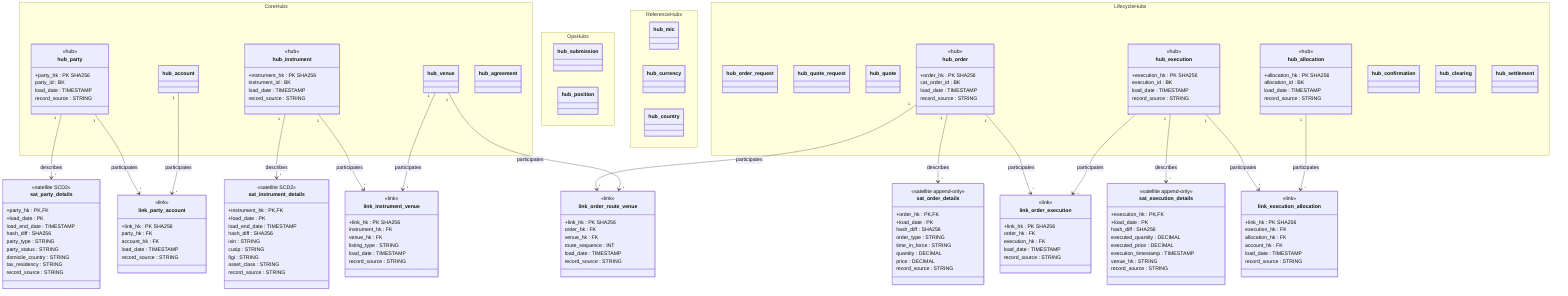
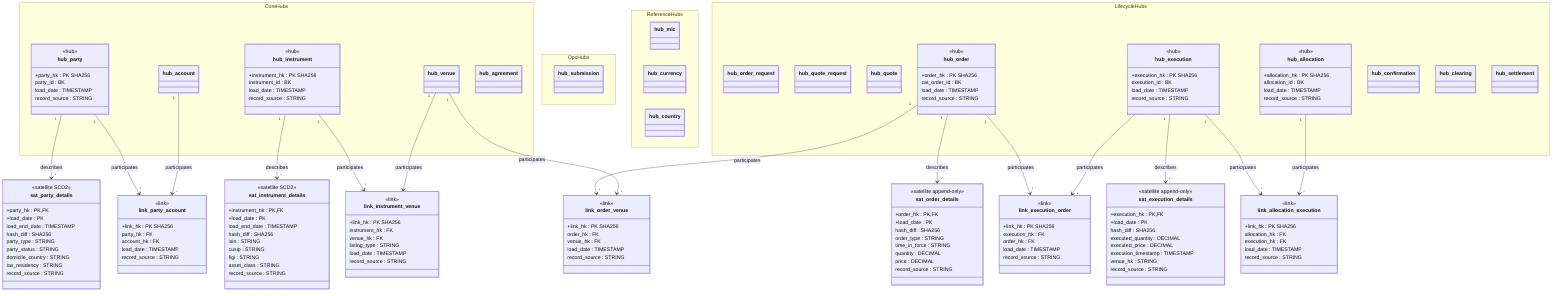
%% dv2_hub_link_er.mmd - Data Vault 2.0 Hub / Link / Satellite structure
%% Shows the 18 hubs + key links + representative satellites.
%% Stereotypes: <<hub>>, <<link>>, <<satellite>>

classDiagram
 direction TB

 namespace CoreHubs {
 class hub_party
 class hub_account
 class hub_instrument
 class hub_venue
 class hub_agreement
 }

 namespace LifecycleHubs {
 class hub_order_request
 class hub_quote_request
 class hub_quote
 class hub_order
 class hub_execution
 class hub_allocation
 class hub_confirmation
 class hub_clearing
 class hub_settlement
 }

 namespace OpsHubs {
 class hub_submission
-  class hub_position
 }

 namespace ReferenceHubs {
 class hub_mic
 class hub_currency
 class hub_country
 }

 class hub_party {
 <<hub>>
 +party_hk : PK SHA256
 party_id : BK
 load_date : TIMESTAMP
 record_source : STRING
 }
 class hub_instrument {
 <<hub>>
 +instrument_hk : PK SHA256
 instrument_id : BK
 load_date : TIMESTAMP
 record_source : STRING
 }
 class hub_order {
 <<hub>>
 +order_hk : PK SHA256
 cat_order_id : BK
 load_date : TIMESTAMP
 record_source : STRING
 }
 class hub_execution {
 <<hub>>
 +execution_hk : PK SHA256
 execution_id : BK
 load_date : TIMESTAMP
 record_source : STRING
 }
 class hub_allocation {
 <<hub>>
 +allocation_hk : PK SHA256
 allocation_id : BK
 load_date : TIMESTAMP
 record_source : STRING
 }

-  class link_order_execution {
+  class link_execution_order {
 <<link>>
 +link_hk : PK SHA256
+  execution_hk : FK
 order_hk : FK
-  execution_hk : FK
 load_date : TIMESTAMP
 record_source : STRING
 }
-  class link_execution_allocation {
+  class link_allocation_execution {
 <<link>>
 +link_hk : PK SHA256
+  allocation_hk : FK
 execution_hk : FK
-  allocation_hk : FK
-  account_hk : FK
 load_date : TIMESTAMP
 record_source : STRING
 }
 class link_party_account {
 <<link>>
 +link_hk : PK SHA256
 party_hk : FK
 account_hk : FK
 load_date : TIMESTAMP
 record_source : STRING
 }
 class link_instrument_venue {
 <<link>>
 +link_hk : PK SHA256
 instrument_hk : FK
 venue_hk : FK
 listing_type : STRING
 load_date : TIMESTAMP
 record_source : STRING
 }
-  class link_order_route_venue {
+  class link_order_venue {
 <<link>>
 +link_hk : PK SHA256
 order_hk : FK
 venue_hk : FK
-  route_sequence : INT
 load_date : TIMESTAMP
 record_source : STRING
 }

 class sat_party_details {
 <<satellite SCD2>>
 +party_hk : PK,FK
 +load_date : PK
 load_end_date : TIMESTAMP
 hash_diff : SHA256
 party_type : STRING
 party_status : STRING
 domicile_country : STRING
 tax_residency : STRING
 record_source : STRING
 }
 class sat_instrument_details {
 <<satellite SCD2>>
 +instrument_hk : PK,FK
 +load_date : PK
 load_end_date : TIMESTAMP
 hash_diff : SHA256
 isin : STRING
 cusip : STRING
 figi : STRING
 asset_class : STRING
 record_source : STRING
 }
 class sat_order_details {
 <<satellite append-only>>
 +order_hk : PK,FK
 +load_date : PK
 hash_diff : SHA256
 order_type : STRING
 time_in_force : STRING
 quantity : DECIMAL
 price : DECIMAL
 record_source : STRING
 }
 class sat_execution_details {
 <<satellite append-only>>
 +execution_hk : PK,FK
 +load_date : PK
 hash_diff : SHA256
 executed_quantity : DECIMAL
 executed_price : DECIMAL
 execution_timestamp : TIMESTAMP
 venue_hk : STRING
 record_source : STRING
 }

 hub_party "1" --> "*" sat_party_details : describes
 hub_instrument "1" --> "*" sat_instrument_details : describes
 hub_order "1" --> "*" sat_order_details : describes
 hub_execution "1" --> "*" sat_execution_details : describes

-  hub_order "1" --> "*" link_order_execution : participates
-  hub_execution "1" --> "*" link_order_execution : participates
-  hub_execution "1" --> "*" link_execution_allocation : participates
-  hub_allocation "1" --> "*" link_execution_allocation : participates
+  hub_order "1" --> "*" link_execution_order : participates
+  hub_execution "1" --> "*" link_execution_order : participates
+  hub_execution "1" --> "*" link_allocation_execution : participates
+  hub_allocation "1" --> "*" link_allocation_execution : participates
 hub_party "1" --> "*" link_party_account : participates
 hub_account "1" --> "*" link_party_account : participates
 hub_instrument "1" --> "*" link_instrument_venue : participates
 hub_venue "1" --> "*" link_instrument_venue : participates
-  hub_order "1" --> "*" link_order_route_venue : participates
-  hub_venue "1" --> "*" link_order_route_venue : participates
+  hub_order "1" --> "*" link_order_venue : participates
+  hub_venue "1" --> "*" link_order_venue : participates
